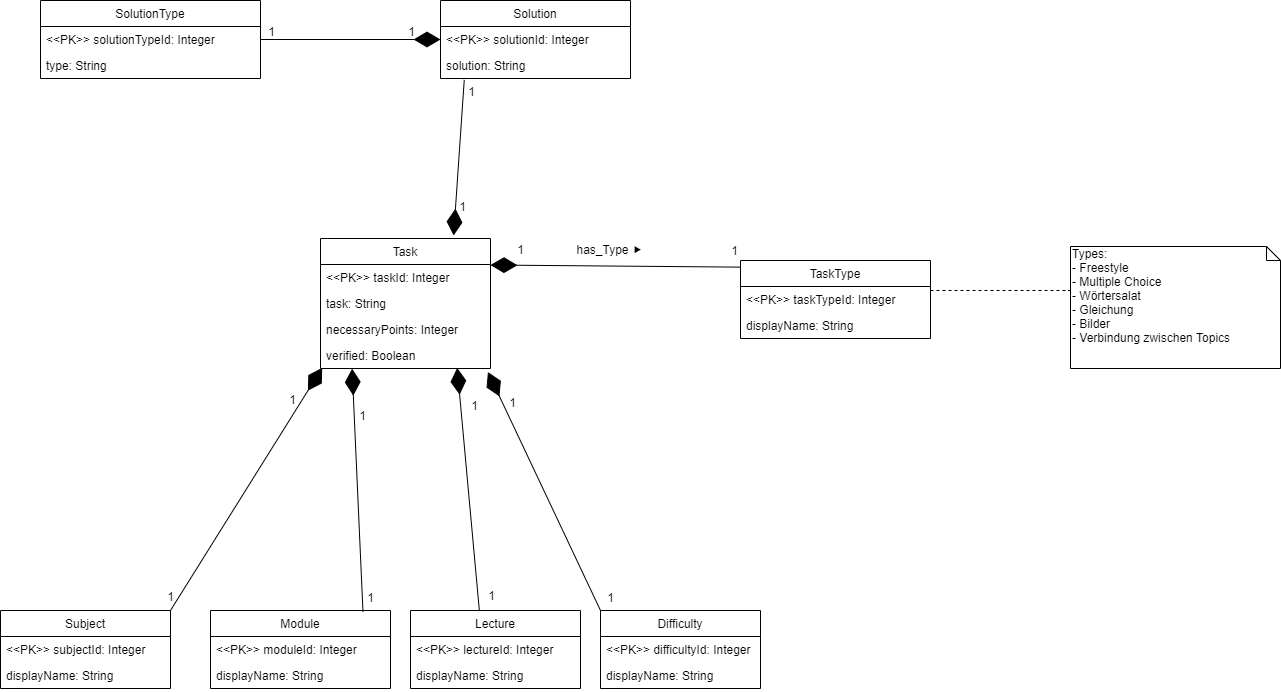
This is .docs/ER_Diagram_Task_MS_Database.png from E-Edu/task, a draw.io export, as it was before one commit. Source tidied: cells renumbered, new cells last; positions are measured from the earlier drawing's top-left corner, leaving out a move shared by most shapes.
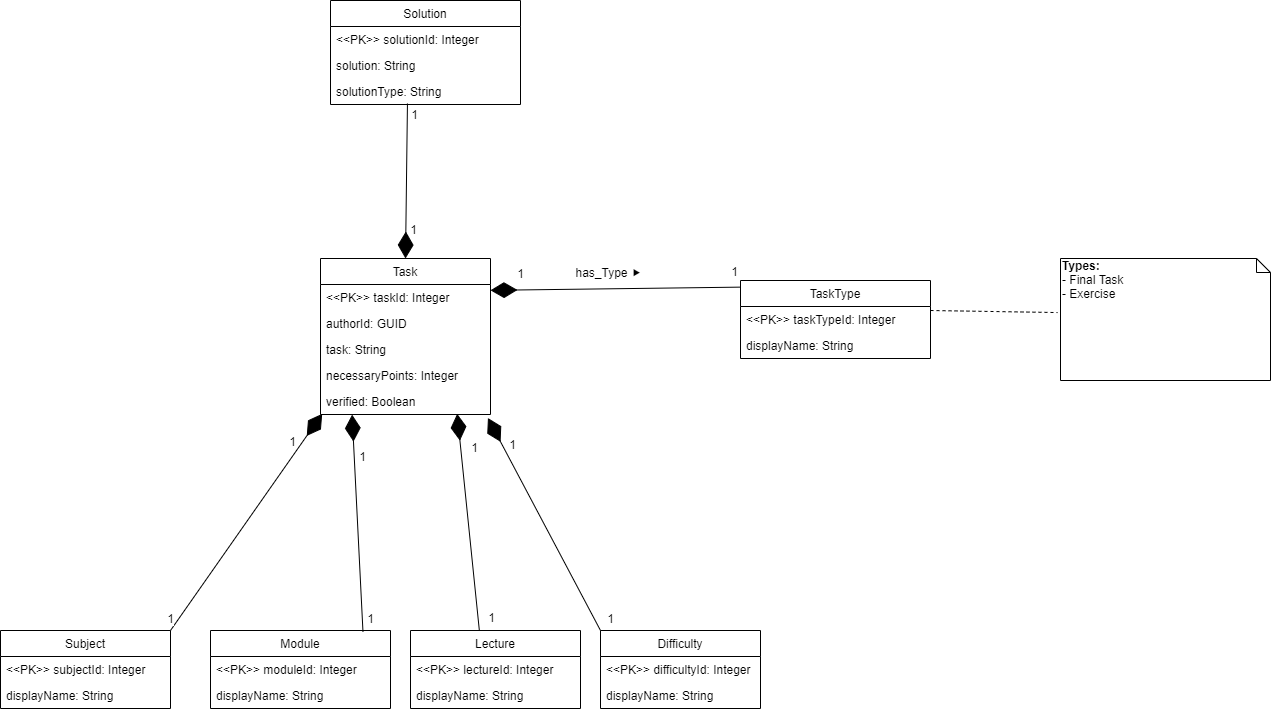
After the commit.

Commit message:
Changed types, Added authorId attribute to Task

Change to the diagram source:
```diff
@@ -20,38 +20,7 @@
         <mxPoint y="-16.5" as="offset" />
       </mxGeometry>
     </mxCell>
-    <mxCell id="6" value="Solution" style="swimlane;fontStyle=0;horizontal=1;startSize=26;fillColor=none;" parent="1" vertex="1">
-      <mxGeometry x="440" width="190" height="78" as="geometry" />
-    </mxCell>
-    <mxCell id="7" value="&lt;&lt;PK&gt;&gt; solutionId: Integer" style="text;strokeColor=none;fillColor=none;align=left;verticalAlign=top;spacingLeft=4;spacingRight=4;overflow=hidden;points=[[0,0.5],[1,0.5]];portConstraint=eastwest;" parent="6" vertex="1">
-      <mxGeometry y="26" width="190" height="26" as="geometry" />
-    </mxCell>
-    <mxCell id="8" value="solution: String" style="text;strokeColor=none;fillColor=none;align=left;verticalAlign=top;spacingLeft=4;spacingRight=4;overflow=hidden;points=[[0,0.5],[1,0.5]];portConstraint=eastwest;" parent="6" vertex="1">
-      <mxGeometry y="52" width="190" height="26" as="geometry" />
-    </mxCell>
-    <mxCell id="9" value="SolutionType" style="swimlane;fontStyle=0;horizontal=1;startSize=26;fillColor=none;" parent="1" vertex="1">
-      <mxGeometry x="40" width="220" height="78" as="geometry" />
-    </mxCell>
-    <mxCell id="10" value="&lt;&lt;PK&gt;&gt; solutionTypeId: Integer" style="text;strokeColor=none;fillColor=none;align=left;verticalAlign=top;spacingLeft=4;spacingRight=4;overflow=hidden;points=[[0,0.5],[1,0.5]];portConstraint=eastwest;" parent="9" vertex="1">
-      <mxGeometry y="26" width="220" height="26" as="geometry" />
-    </mxCell>
-    <mxCell id="11" value="type: String" style="text;strokeColor=none;fillColor=none;align=left;verticalAlign=top;spacingLeft=4;spacingRight=4;overflow=hidden;" parent="9" vertex="1">
-      <mxGeometry y="52" width="220" height="26" as="geometry" />
-    </mxCell>
-    <mxCell id="12" style="endArrow=diamondThin;endFill=1;endSize=24;html=1;entryX=0;entryY=0.5;entryDx=0;entryDy=0;exitX=1;exitY=0.5;exitDx=0;exitDy=0;" parent="1" edge="1" source="10" target="7">
-      <mxGeometry relative="1" as="geometry" />
-    </mxCell>
-    <mxCell id="13" value="1" style="text;html=1;align=center;verticalAlign=middle;labelBackgroundColor=#ffffff;" parent="12" vertex="1">
-      <mxGeometry x="0.49" y="-1" relative="1" as="geometry">
-        <mxPoint x="16.2" y="-10" as="offset" />
-      </mxGeometry>
-    </mxCell>
-    <mxCell id="14" value="1" style="text;html=1;align=center;verticalAlign=middle;labelBackgroundColor=#ffffff;" parent="12" vertex="1">
-      <mxGeometry x="-0.89" relative="1" as="geometry">
-        <mxPoint x="0.3" y="-9" as="offset" />
-      </mxGeometry>
-    </mxCell>
-    <mxCell id="15" style="endArrow=diamondThin;endFill=1;endSize=24;html=1;exitX=0.125;exitY=1.053;exitDx=0;exitDy=0;exitPerimeter=0;entryX=0.783;entryY=-0.023;entryDx=0;entryDy=0;entryPerimeter=0;" parent="1" edge="1" source="8" target="42">
+    <mxCell id="15" style="endArrow=diamondThin;endFill=1;endSize=24;html=1;exitX=0.405;exitY=0.962;exitDx=0;exitDy=0;exitPerimeter=0;entryX=0.5;entryY=0;entryDx=0;entryDy=0;" parent="1" edge="1" source="53" target="42">
       <mxGeometry relative="1" as="geometry" />
     </mxCell>
     <mxCell id="16" value="1" style="text;html=1;align=center;verticalAlign=middle;labelBackgroundColor=#ffffff;" parent="15" vertex="1">
@@ -153,19 +122,22 @@
       </mxGeometry>
     </mxCell>
     <mxCell id="42" value="Task" style="swimlane;fontStyle=0;horizontal=1;startSize=26;fillColor=none;" parent="1" vertex="1">
-      <mxGeometry x="320" y="238" width="170" height="130" as="geometry" />
+      <mxGeometry x="320" y="238" width="170" height="156" as="geometry" />
     </mxCell>
     <mxCell id="43" value="&lt;&lt;PK&gt;&gt; taskId: Integer" style="text;strokeColor=none;fillColor=none;align=left;verticalAlign=top;spacingLeft=4;spacingRight=4;overflow=hidden;" parent="42" vertex="1">
       <mxGeometry y="26" width="170" height="26" as="geometry" />
     </mxCell>
+    <mxCell id="52" value="authorId: GUID" style="text;strokeColor=none;fillColor=none;align=left;verticalAlign=top;spacingLeft=4;spacingRight=4;overflow=hidden;" parent="42" vertex="1">
+      <mxGeometry y="52" width="170" height="26" as="geometry" />
+    </mxCell>
     <mxCell id="44" value="task: String" style="text;strokeColor=none;fillColor=none;align=left;verticalAlign=top;spacingLeft=4;spacingRight=4;overflow=hidden;" parent="42" vertex="1">
-      <mxGeometry y="52" width="170" height="26" as="geometry" />
+      <mxGeometry y="78" width="170" height="26" as="geometry" />
     </mxCell>
     <mxCell id="45" value="necessaryPoints: Integer" style="text;strokeColor=none;fillColor=none;align=left;verticalAlign=top;spacingLeft=4;spacingRight=4;overflow=hidden;" parent="42" vertex="1">
-      <mxGeometry y="78" width="170" height="26" as="geometry" />
+      <mxGeometry y="104" width="170" height="26" as="geometry" />
     </mxCell>
     <mxCell id="46" value="verified: Boolean" style="text;strokeColor=none;fillColor=none;align=left;verticalAlign=top;spacingLeft=4;spacingRight=4;overflow=hidden;points=[[0,0.5],[1,0.5]];portConstraint=eastwest;" parent="42" vertex="1">
-      <mxGeometry y="104" width="170" height="26" as="geometry" />
+      <mxGeometry y="130" width="170" height="26" as="geometry" />
     </mxCell>
     <mxCell id="47" value="TaskType" style="swimlane;fontStyle=0;horizontal=1;startSize=26;fillColor=none;" parent="1" vertex="1">
       <mxGeometry x="740" y="260" width="190" height="78" as="geometry" />
@@ -176,13 +148,23 @@
     <mxCell id="49" value="displayName: String" style="text;strokeColor=none;fillColor=none;align=left;verticalAlign=top;spacingLeft=4;spacingRight=4;overflow=hidden;" parent="47" vertex="1">
       <mxGeometry y="52" width="190" height="26" as="geometry" />
     </mxCell>
-    <mxCell id="50" value="Types:&lt;br&gt;- Freestyle&lt;br&gt;- Multiple Choice&lt;br&gt;- Wörtersalat&lt;br&gt;- Gleichung&lt;br&gt;- Bilder&lt;br&gt;- Verbindung zwischen Topics" style="shape=note;whiteSpace=wrap;html=1;size=14;verticalAlign=top;align=left;spacingTop=-6;" parent="1" vertex="1">
-      <mxGeometry x="1070" y="246" width="210" height="122" as="geometry" />
+    <mxCell id="50" value="&lt;b&gt;Types:&lt;/b&gt;&lt;br&gt;- Final Task&lt;br&gt;- Exercise" style="shape=note;whiteSpace=wrap;html=1;size=14;verticalAlign=top;align=left;spacingTop=-6;" parent="1" vertex="1">
+      <mxGeometry x="1060" y="238" width="210" height="122" as="geometry" />
     </mxCell>
-    <mxCell id="51" style="endArrow=none;dashed=1;html=1;exitX=1;exitY=0.154;exitDx=0;exitDy=0;exitPerimeter=0;" parent="1" edge="1" source="48">
-      <mxGeometry relative="1" as="geometry">
-        <mxPoint x="1069" y="290" as="targetPoint" />
-      </mxGeometry>
+    <mxCell id="51" style="endArrow=none;dashed=1;html=1;exitX=1;exitY=0.154;exitDx=0;exitDy=0;exitPerimeter=0;entryX=-0.014;entryY=0.443;entryDx=0;entryDy=0;entryPerimeter=0;" parent="1" edge="1" source="48" target="50">
+      <mxGeometry relative="1" as="geometry" />
     </mxCell>
+    <mxCell id="6" value="Solution" style="swimlane;fontStyle=0;horizontal=1;startSize=26;fillColor=none;" parent="1" vertex="1">
+      <mxGeometry x="330" y="-20" width="190" height="104" as="geometry" />
+    </mxCell>
+    <mxCell id="7" value="&lt;&lt;PK&gt;&gt; solutionId: Integer" style="text;strokeColor=none;fillColor=none;align=left;verticalAlign=top;spacingLeft=4;spacingRight=4;overflow=hidden;points=[[0,0.5],[1,0.5]];portConstraint=eastwest;" parent="6" vertex="1">
+      <mxGeometry y="26" width="190" height="26" as="geometry" />
+    </mxCell>
+    <mxCell id="8" value="solution: String" style="text;strokeColor=none;fillColor=none;align=left;verticalAlign=top;spacingLeft=4;spacingRight=4;overflow=hidden;points=[[0,0.5],[1,0.5]];portConstraint=eastwest;" parent="6" vertex="1">
+      <mxGeometry y="52" width="190" height="26" as="geometry" />
+    </mxCell>
+    <mxCell id="53" value="solutionType: String" style="text;strokeColor=none;fillColor=none;align=left;verticalAlign=top;spacingLeft=4;spacingRight=4;overflow=hidden;points=[[0,0.5],[1,0.5]];portConstraint=eastwest;" parent="6" vertex="1">
+      <mxGeometry y="78" width="190" height="26" as="geometry" />
+    </mxCell>
   </root>
 </mxGraphModel>
```
